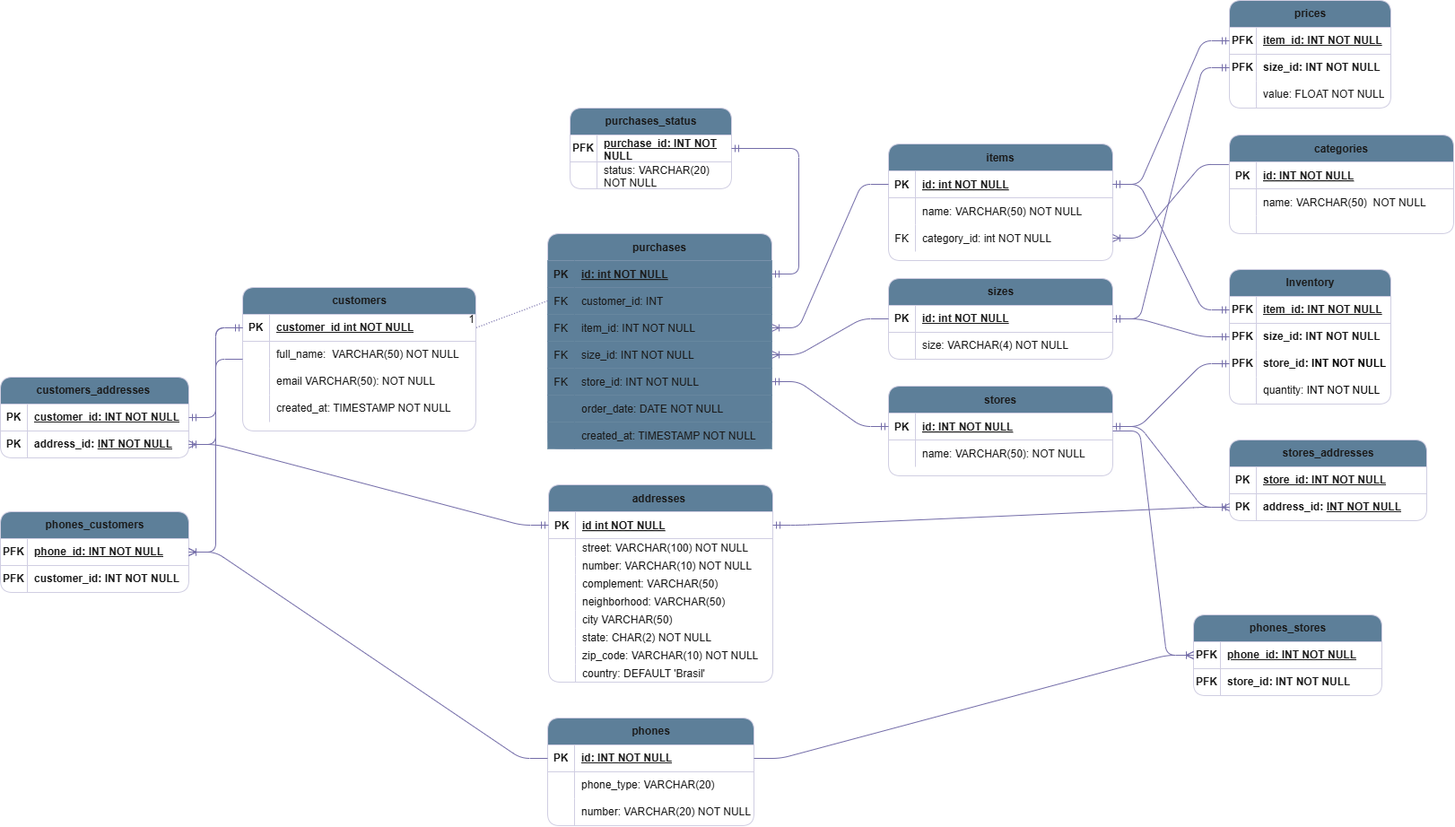
Earlier version of the draw.io export E_commerce_dbs-OLTP.png (ruancastro/e-commercy-database). Source tidied: cells renumbered, new cells last; positions are measured from the earlier drawing's top-left corner, leaving out a move shared by most shapes.
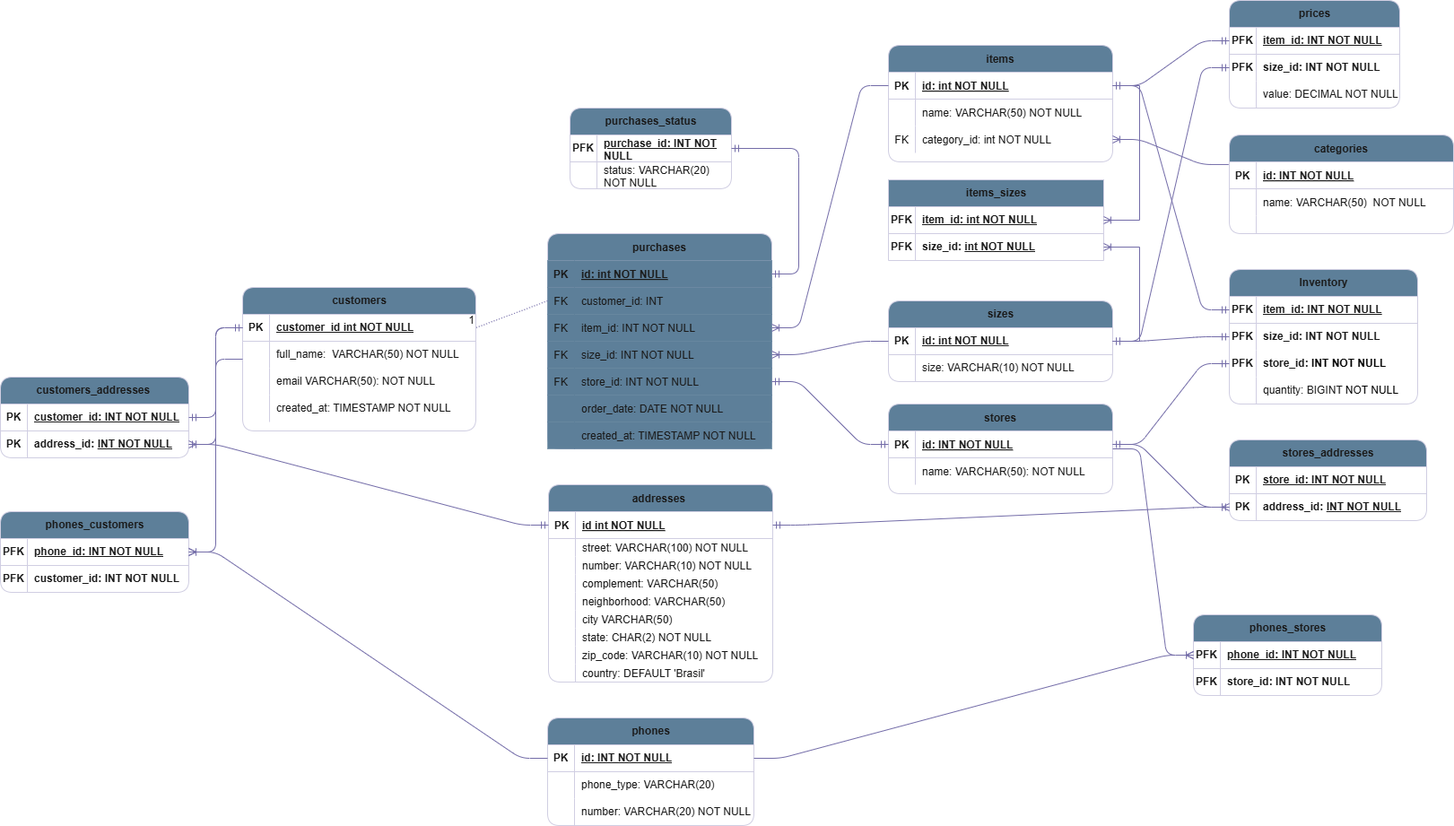
The same file after the commit.

Commit message:
adding table items_sizes, and changing prices.value to decimal and  inventory.quantity to bigint

What changed in the source:
```diff
@@ -3,7 +3,7 @@
     <mxCell id="0" />
     <mxCell id="1" parent="0" />
     <mxCell id="2" value="stores" style="shape=table;startSize=30;rowLines=0;fontStyle=1;align=center;fillColor=#5D7F99;fontColor=#1A1A1A;strokeColor=#D0CEE2;rounded=1;labelBackgroundColor=none;" parent="1" vertex="1">
-      <mxGeometry x="990" y="430" width="250" height="100" as="geometry" />
+      <mxGeometry x="990" y="450" width="250" height="100" as="geometry" />
     </mxCell>
     <mxCell id="3" style="shape=partialRectangle;fillColor=none;points=[[0,0.5],[1,0.5]];portConstraint=eastwest;top=0;left=0;right=0;bottom=1;rounded=1;labelBackgroundColor=none;strokeColor=#D0CEE2;fontColor=#1A1A1A;" parent="2" vertex="1">
       <mxGeometry y="30" width="250" height="30" as="geometry" />
@@ -90,7 +90,7 @@
       <mxGeometry x="30" width="220" height="30" as="geometry" />
     </mxCell>
     <mxCell id="31" value="items" style="shape=table;startSize=30;rowLines=0;fontStyle=1;align=center;fillColor=#5D7F99;fontColor=#1A1A1A;strokeColor=#D0CEE2;rounded=1;labelBackgroundColor=none;" parent="1" vertex="1">
-      <mxGeometry x="990" y="160" width="250" height="130" as="geometry" />
+      <mxGeometry x="990" y="50" width="250" height="130" as="geometry" />
     </mxCell>
     <mxCell id="32" style="shape=partialRectangle;fillColor=none;points=[[0,0.5],[1,0.5]];portConstraint=eastwest;top=0;left=0;right=0;bottom=1;rounded=1;labelBackgroundColor=none;strokeColor=#D0CEE2;fontColor=#1A1A1A;" parent="31" vertex="1">
       <mxGeometry y="30" width="250" height="30" as="geometry" />
@@ -357,37 +357,37 @@
       <mxGeometry relative="1" as="geometry" />
     </mxCell>
     <mxCell id="120" value="prices" style="shape=table;startSize=30;rowLines=0;fontStyle=1;align=center;html=1;fillColor=#5D7F99;fontColor=#1A1A1A;strokeColor=#D0CEE2;rounded=1;labelBackgroundColor=none;" parent="1" vertex="1">
-      <mxGeometry x="1370" width="180" height="120" as="geometry" />
+      <mxGeometry x="1370" width="190" height="120" as="geometry" />
     </mxCell>
     <mxCell id="121" style="shape=tableRow;horizontal=0;startSize=0;swimlaneHead=0;swimlaneBody=0;fillColor=none;points=[[0,0.5],[1,0.5]];portConstraint=eastwest;top=0;left=0;right=0;bottom=1;rounded=1;labelBackgroundColor=none;strokeColor=#D0CEE2;fontColor=#1A1A1A;" parent="120" vertex="1">
-      <mxGeometry y="30" width="180" height="30" as="geometry" />
+      <mxGeometry y="30" width="190" height="30" as="geometry" />
     </mxCell>
     <mxCell id="122" value="PFK" style="shape=partialRectangle;fillColor=none;top=0;left=0;bottom=0;right=0;fontStyle=1;overflow=hidden;whiteSpace=wrap;html=1;rounded=1;labelBackgroundColor=none;strokeColor=#D0CEE2;fontColor=#1A1A1A;" parent="121" vertex="1">
       <mxGeometry width="30" height="30" as="geometry" />
     </mxCell>
     <mxCell id="123" value="item_id: INT NOT NULL" style="shape=partialRectangle;fillColor=none;top=0;left=0;bottom=0;right=0;align=left;spacingLeft=6;fontStyle=5;overflow=hidden;whiteSpace=wrap;html=1;rounded=1;labelBackgroundColor=none;strokeColor=#D0CEE2;fontColor=#1A1A1A;" parent="121" vertex="1">
-      <mxGeometry x="30" width="150" height="30" as="geometry" />
+      <mxGeometry x="30" width="160" height="30" as="geometry" />
     </mxCell>
     <mxCell id="124" style="shape=tableRow;horizontal=0;startSize=0;swimlaneHead=0;swimlaneBody=0;fillColor=none;points=[[0,0.5],[1,0.5]];portConstraint=eastwest;top=0;left=0;right=0;bottom=0;rounded=1;labelBackgroundColor=none;strokeColor=#D0CEE2;fontColor=#1A1A1A;" parent="120" vertex="1">
-      <mxGeometry y="60" width="180" height="30" as="geometry" />
+      <mxGeometry y="60" width="190" height="30" as="geometry" />
     </mxCell>
     <mxCell id="125" value="PFK" style="shape=partialRectangle;fillColor=none;top=0;left=0;bottom=0;right=0;overflow=hidden;whiteSpace=wrap;html=1;fontStyle=1;rounded=1;labelBackgroundColor=none;strokeColor=#D0CEE2;fontColor=#1A1A1A;" parent="124" vertex="1">
       <mxGeometry width="30" height="30" as="geometry" />
     </mxCell>
     <mxCell id="126" value="&lt;span style=&quot;text-wrap-mode: nowrap;&quot;&gt;&lt;b&gt;size_id: INT NOT NULL&lt;/b&gt;&lt;/span&gt;" style="shape=partialRectangle;fillColor=none;top=0;left=0;bottom=0;right=0;align=left;spacingLeft=6;overflow=hidden;whiteSpace=wrap;html=1;rounded=1;labelBackgroundColor=none;strokeColor=#D0CEE2;fontColor=#1A1A1A;" parent="124" vertex="1">
-      <mxGeometry x="30" width="150" height="30" as="geometry" />
+      <mxGeometry x="30" width="160" height="30" as="geometry" />
     </mxCell>
     <mxCell id="127" style="shape=tableRow;horizontal=0;startSize=0;swimlaneHead=0;swimlaneBody=0;fillColor=none;top=0;left=0;right=0;bottom=0;rounded=1;labelBackgroundColor=none;strokeColor=#D0CEE2;fontColor=#1A1A1A;" parent="120" vertex="1">
-      <mxGeometry y="90" width="180" height="30" as="geometry" />
+      <mxGeometry y="90" width="190" height="30" as="geometry" />
     </mxCell>
     <mxCell id="128" style="shape=partialRectangle;fillColor=none;top=0;left=0;bottom=0;right=0;overflow=hidden;whiteSpace=wrap;html=1;rounded=1;labelBackgroundColor=none;strokeColor=#D0CEE2;fontColor=#1A1A1A;" parent="127" vertex="1">
       <mxGeometry width="30" height="30" as="geometry" />
     </mxCell>
-    <mxCell id="129" value="value: FLOAT NOT NULL" style="shape=partialRectangle;fillColor=none;top=0;left=0;bottom=0;right=0;align=left;spacingLeft=6;overflow=hidden;whiteSpace=wrap;html=1;rounded=1;labelBackgroundColor=none;strokeColor=#D0CEE2;fontColor=#1A1A1A;" parent="127" vertex="1">
-      <mxGeometry x="30" width="150" height="30" as="geometry" />
+    <mxCell id="129" value="value: DECIMAL NOT NULL" style="shape=partialRectangle;fillColor=none;top=0;left=0;bottom=0;right=0;align=left;spacingLeft=6;overflow=hidden;whiteSpace=wrap;html=1;rounded=1;labelBackgroundColor=none;strokeColor=#D0CEE2;fontColor=#1A1A1A;" parent="127" vertex="1">
+      <mxGeometry x="30" width="160" height="30" as="geometry" />
     </mxCell>
     <mxCell id="130" value="sizes" style="shape=table;startSize=30;rowLines=0;fontStyle=1;align=center;html=1;fillColor=#5D7F99;fontColor=#1A1A1A;strokeColor=#D0CEE2;rounded=1;labelBackgroundColor=none;" parent="1" vertex="1">
-      <mxGeometry x="990" y="310" width="250" height="90" as="geometry" />
+      <mxGeometry x="990" y="335" width="250" height="90" as="geometry" />
     </mxCell>
     <mxCell id="131" style="shape=tableRow;horizontal=0;startSize=0;swimlaneHead=0;swimlaneBody=0;fillColor=none;points=[[0,0.5],[1,0.5]];portConstraint=eastwest;top=0;left=0;right=0;bottom=1;rounded=1;labelBackgroundColor=none;strokeColor=#D0CEE2;fontColor=#1A1A1A;" parent="130" vertex="1">
       <mxGeometry y="30" width="250" height="30" as="geometry" />
@@ -404,7 +404,7 @@
     <mxCell id="135" style="shape=partialRectangle;fillColor=none;top=0;left=0;bottom=0;right=0;overflow=hidden;whiteSpace=wrap;html=1;rounded=1;labelBackgroundColor=none;strokeColor=#D0CEE2;fontColor=#1A1A1A;" parent="134" vertex="1">
       <mxGeometry width="30" height="30" as="geometry" />
     </mxCell>
-    <mxCell id="136" value="size: VARCHAR(4) NOT NULL" style="shape=partialRectangle;fillColor=none;top=0;left=0;bottom=0;right=0;align=left;spacingLeft=6;overflow=hidden;whiteSpace=wrap;html=1;rounded=1;labelBackgroundColor=none;strokeColor=#D0CEE2;fontColor=#1A1A1A;" parent="134" vertex="1">
+    <mxCell id="136" value="size: VARCHAR(10) NOT NULL" style="shape=partialRectangle;fillColor=none;top=0;left=0;bottom=0;right=0;align=left;spacingLeft=6;overflow=hidden;whiteSpace=wrap;html=1;rounded=1;labelBackgroundColor=none;strokeColor=#D0CEE2;fontColor=#1A1A1A;" parent="134" vertex="1">
       <mxGeometry x="30" width="220" height="30" as="geometry" />
     </mxCell>
     <mxCell id="137" style="edgeStyle=entityRelationEdgeStyle;fontSize=12;html=1;endArrow=ERmandOne;startArrow=ERmandOne;rounded=1;labelBackgroundColor=none;strokeColor=#736CA8;fontColor=default;" parent="1" edge="1" source="22" target="3">
@@ -493,43 +493,43 @@
       <mxGeometry relative="1" as="geometry" />
     </mxCell>
     <mxCell id="164" value="&lt;div&gt;Inventory&lt;/div&gt;" style="shape=table;startSize=30;rowLines=0;fontStyle=1;align=center;html=1;fillColor=#5D7F99;rounded=1;labelBackgroundColor=none;strokeColor=#D0CEE2;fontColor=#1A1A1A;" parent="1" vertex="1">
-      <mxGeometry x="1370" y="300" width="180" height="150" as="geometry" />
+      <mxGeometry x="1370" y="300" width="210" height="150" as="geometry" />
     </mxCell>
     <mxCell id="165" style="shape=tableRow;horizontal=0;startSize=0;swimlaneHead=0;swimlaneBody=0;fillColor=none;points=[[0,0.5],[1,0.5]];portConstraint=eastwest;top=0;left=0;right=0;bottom=1;rounded=1;labelBackgroundColor=none;strokeColor=#D0CEE2;fontColor=#1A1A1A;" parent="164" vertex="1">
-      <mxGeometry y="30" width="180" height="30" as="geometry" />
+      <mxGeometry y="30" width="210" height="30" as="geometry" />
     </mxCell>
     <mxCell id="166" value="PFK" style="shape=partialRectangle;fillColor=none;top=0;left=0;bottom=0;right=0;fontStyle=1;overflow=hidden;whiteSpace=wrap;html=1;rounded=1;labelBackgroundColor=none;strokeColor=#D0CEE2;fontColor=#1A1A1A;" parent="165" vertex="1">
       <mxGeometry width="30" height="30" as="geometry" />
     </mxCell>
     <mxCell id="167" value="&lt;span style=&quot;&quot;&gt;item_id: INT NOT NULL&lt;/span&gt;" style="shape=partialRectangle;fillColor=none;top=0;left=0;bottom=0;right=0;align=left;spacingLeft=6;fontStyle=5;overflow=hidden;whiteSpace=wrap;html=1;rounded=1;labelBackgroundColor=none;strokeColor=#D0CEE2;fontColor=#1A1A1A;" parent="165" vertex="1">
-      <mxGeometry x="30" width="150" height="30" as="geometry" />
+      <mxGeometry x="30" width="180" height="30" as="geometry" />
     </mxCell>
     <mxCell id="168" style="shape=tableRow;horizontal=0;startSize=0;swimlaneHead=0;swimlaneBody=0;fillColor=none;points=[[0,0.5],[1,0.5]];portConstraint=eastwest;top=0;left=0;right=0;bottom=0;rounded=1;labelBackgroundColor=none;strokeColor=#D0CEE2;fontColor=#1A1A1A;" parent="164" vertex="1">
-      <mxGeometry y="60" width="180" height="30" as="geometry" />
+      <mxGeometry y="60" width="210" height="30" as="geometry" />
     </mxCell>
     <mxCell id="169" value="&lt;span style=&quot;font-weight: 700;&quot;&gt;PFK&lt;/span&gt;" style="shape=partialRectangle;fillColor=none;top=0;left=0;bottom=0;right=0;overflow=hidden;whiteSpace=wrap;html=1;rounded=1;labelBackgroundColor=none;strokeColor=#D0CEE2;fontColor=#1A1A1A;" parent="168" vertex="1">
       <mxGeometry width="30" height="30" as="geometry" />
     </mxCell>
     <mxCell id="170" value="&lt;div&gt;size_id: INT NOT NULL&lt;/div&gt;" style="shape=partialRectangle;fillColor=none;top=0;left=0;bottom=0;right=0;align=left;spacingLeft=6;overflow=hidden;whiteSpace=wrap;html=1;fontStyle=1;rounded=1;labelBackgroundColor=none;strokeColor=#D0CEE2;fontColor=#1A1A1A;" parent="168" vertex="1">
-      <mxGeometry x="30" width="150" height="30" as="geometry" />
+      <mxGeometry x="30" width="180" height="30" as="geometry" />
     </mxCell>
     <mxCell id="171" style="shape=tableRow;horizontal=0;startSize=0;swimlaneHead=0;swimlaneBody=0;fillColor=none;points=[[0,0.5],[1,0.5]];portConstraint=eastwest;top=0;left=0;right=0;bottom=0;rounded=1;labelBackgroundColor=none;strokeColor=#D0CEE2;fontColor=#1A1A1A;" parent="164" vertex="1">
-      <mxGeometry y="90" width="180" height="30" as="geometry" />
+      <mxGeometry y="90" width="210" height="30" as="geometry" />
     </mxCell>
     <mxCell id="172" value="&lt;span style=&quot;font-weight: 700;&quot;&gt;PFK&lt;/span&gt;" style="shape=partialRectangle;fillColor=none;top=0;left=0;bottom=0;right=0;overflow=hidden;whiteSpace=wrap;html=1;rounded=1;labelBackgroundColor=none;strokeColor=#D0CEE2;fontColor=#1A1A1A;" parent="171" vertex="1">
       <mxGeometry width="30" height="30" as="geometry" />
     </mxCell>
     <mxCell id="173" value="&lt;div&gt;store_id:&amp;nbsp;&lt;span style=&quot;background-color: transparent; color: light-dark(rgb(0, 0, 0), rgb(255, 255, 255));&quot;&gt;INT NOT NULL&lt;/span&gt;&lt;/div&gt;" style="shape=partialRectangle;fillColor=none;top=0;left=0;bottom=0;right=0;align=left;spacingLeft=6;overflow=hidden;whiteSpace=wrap;html=1;fontStyle=1;rounded=1;labelBackgroundColor=none;strokeColor=#D0CEE2;fontColor=#1A1A1A;" parent="171" vertex="1">
-      <mxGeometry x="30" width="150" height="30" as="geometry" />
+      <mxGeometry x="30" width="180" height="30" as="geometry" />
     </mxCell>
     <mxCell id="174" style="shape=tableRow;horizontal=0;startSize=0;swimlaneHead=0;swimlaneBody=0;fillColor=none;top=0;left=0;right=0;bottom=0;rounded=1;labelBackgroundColor=none;strokeColor=#D0CEE2;fontColor=#1A1A1A;" parent="164" vertex="1">
-      <mxGeometry y="120" width="180" height="30" as="geometry" />
+      <mxGeometry y="120" width="210" height="30" as="geometry" />
     </mxCell>
     <mxCell id="175" style="shape=partialRectangle;fillColor=none;top=0;left=0;bottom=0;right=0;overflow=hidden;whiteSpace=wrap;html=1;rounded=1;labelBackgroundColor=none;strokeColor=#D0CEE2;fontColor=#1A1A1A;" parent="174" vertex="1">
       <mxGeometry width="30" height="30" as="geometry" />
     </mxCell>
-    <mxCell id="176" value="&lt;div&gt;quantity:&amp;nbsp;&lt;span style=&quot;background-color: transparent; color: light-dark(rgb(0, 0, 0), rgb(255, 255, 255));&quot;&gt;INT NOT NULL&lt;/span&gt;&lt;/div&gt;" style="shape=partialRectangle;fillColor=none;top=0;left=0;bottom=0;right=0;align=left;spacingLeft=6;overflow=hidden;whiteSpace=wrap;html=1;rounded=1;labelBackgroundColor=none;strokeColor=#D0CEE2;fontColor=#1A1A1A;" parent="174" vertex="1">
-      <mxGeometry x="30" width="150" height="30" as="geometry" />
+    <mxCell id="176" value="quantity:&amp;nbsp;&lt;span style=&quot;background-color: transparent; color: light-dark(rgb(26, 26, 26), rgb(215, 215, 215));&quot;&gt;BIGINT&amp;nbsp;&lt;/span&gt;&lt;span style=&quot;background-color: transparent; color: light-dark(rgb(0, 0, 0), rgb(255, 255, 255));&quot;&gt;NOT NULL&lt;/span&gt;" style="shape=partialRectangle;fillColor=none;top=0;left=0;bottom=0;right=0;align=left;spacingLeft=6;overflow=hidden;whiteSpace=wrap;html=1;rounded=1;labelBackgroundColor=none;strokeColor=#D0CEE2;fontColor=#1A1A1A;" parent="174" vertex="1">
+      <mxGeometry x="30" width="180" height="30" as="geometry" />
     </mxCell>
     <mxCell id="177" style="edgeStyle=entityRelationEdgeStyle;fontSize=12;html=1;endArrow=ERmandOne;startArrow=ERmandOne;rounded=1;labelBackgroundColor=none;strokeColor=#736CA8;fontColor=default;" parent="1" edge="1" source="32" target="165">
       <mxGeometry relative="1" as="geometry" />
@@ -564,5 +564,32 @@
     <mxCell id="187" style="edgeStyle=entityRelationEdgeStyle;fontSize=12;html=1;endArrow=ERmandOne;startArrow=ERmandOne;rounded=1;labelBackgroundColor=none;strokeColor=#736CA8;fontColor=default;" parent="1" edge="1" source="10" target="181">
       <mxGeometry relative="1" as="geometry" />
     </mxCell>
+    <mxCell id="188" value="&lt;div&gt;items_sizes&lt;/div&gt;" style="shape=table;startSize=30;rowLines=0;fontStyle=1;align=center;html=1;labelBackgroundColor=none;fillColor=#5D7F99;strokeColor=#D0CEE2;fontColor=#1A1A1A;" parent="1" vertex="1">
+      <mxGeometry x="990" y="200" width="240" height="90" as="geometry" />
+    </mxCell>
+    <mxCell id="189" style="shape=tableRow;horizontal=0;startSize=0;swimlaneHead=0;swimlaneBody=0;fillColor=none;points=[[0,0.5],[1,0.5]];portConstraint=eastwest;top=0;left=0;right=0;bottom=1;labelBackgroundColor=none;strokeColor=#D0CEE2;fontColor=#1A1A1A;" parent="188" vertex="1">
+      <mxGeometry y="30" width="240" height="30" as="geometry" />
+    </mxCell>
+    <mxCell id="190" value="PFK" style="shape=partialRectangle;fillColor=none;top=0;left=0;bottom=0;right=0;fontStyle=1;overflow=hidden;whiteSpace=wrap;html=1;labelBackgroundColor=none;strokeColor=#D0CEE2;fontColor=#1A1A1A;" parent="189" vertex="1">
+      <mxGeometry width="30" height="30" as="geometry" />
+    </mxCell>
+    <mxCell id="191" value="&lt;div&gt;item_id: int NOT NULL&lt;/div&gt;" style="shape=partialRectangle;fillColor=none;top=0;left=0;bottom=0;right=0;align=left;spacingLeft=6;fontStyle=5;overflow=hidden;whiteSpace=wrap;html=1;labelBackgroundColor=none;strokeColor=#D0CEE2;fontColor=#1A1A1A;" parent="189" vertex="1">
+      <mxGeometry x="30" width="210" height="30" as="geometry" />
+    </mxCell>
+    <mxCell id="192" style="shape=tableRow;horizontal=0;startSize=0;swimlaneHead=0;swimlaneBody=0;fillColor=none;points=[[0,0.5],[1,0.5]];portConstraint=eastwest;top=0;left=0;right=0;bottom=0;labelBackgroundColor=none;strokeColor=#D0CEE2;fontColor=#1A1A1A;" parent="188" vertex="1">
+      <mxGeometry y="60" width="240" height="30" as="geometry" />
+    </mxCell>
+    <mxCell id="193" value="&lt;span style=&quot;font-weight: 700;&quot;&gt;PFK&lt;/span&gt;" style="shape=partialRectangle;fillColor=none;top=0;left=0;bottom=0;right=0;overflow=hidden;whiteSpace=wrap;html=1;labelBackgroundColor=none;strokeColor=#D0CEE2;fontColor=#1A1A1A;" parent="192" vertex="1">
+      <mxGeometry width="30" height="30" as="geometry" />
+    </mxCell>
+    <mxCell id="194" value="&lt;div&gt;&lt;b&gt;size_id:&amp;nbsp;&lt;/b&gt;&lt;span style=&quot;font-weight: 700; text-decoration-line: underline; background-color: transparent; color: light-dark(rgb(26, 26, 26), rgb(215, 215, 215));&quot;&gt;int NOT NULL&lt;/span&gt;&lt;/div&gt;" style="shape=partialRectangle;fillColor=none;top=0;left=0;bottom=0;right=0;align=left;spacingLeft=6;overflow=hidden;whiteSpace=wrap;html=1;labelBackgroundColor=none;strokeColor=#D0CEE2;fontColor=#1A1A1A;" parent="192" vertex="1">
+      <mxGeometry x="30" width="210" height="30" as="geometry" />
+    </mxCell>
+    <mxCell id="195" style="edgeStyle=entityRelationEdgeStyle;fontSize=12;html=1;endArrow=ERoneToMany;rounded=0;strokeColor=#736CA8;fontColor=#1A1A1A;" parent="1" edge="1" source="32" target="189">
+      <mxGeometry relative="1" as="geometry" />
+    </mxCell>
+    <mxCell id="196" style="edgeStyle=entityRelationEdgeStyle;fontSize=12;html=1;endArrow=ERoneToMany;rounded=0;strokeColor=#736CA8;fontColor=#1A1A1A;" parent="1" edge="1" source="131" target="192">
+      <mxGeometry relative="1" as="geometry" />
+    </mxCell>
   </root>
 </mxGraphModel>
```
